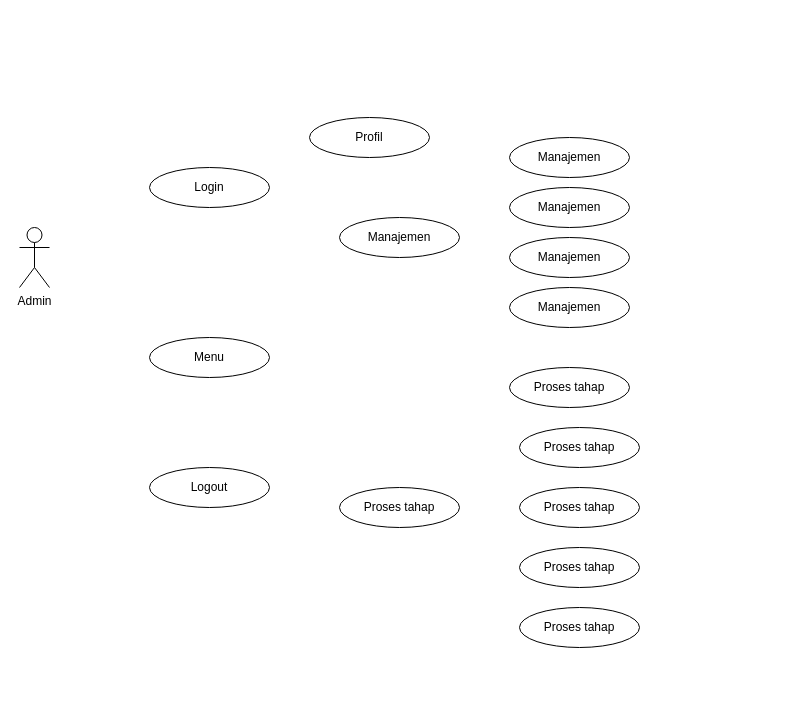
Earlier version of the draw.io diagram sistem yang diusulkan alumni admin.drawio (ratihpn99/tokoonline). Source tidied: cells renumbered, new cells numbered last; positions are measured from the earlier drawing's top-left corner, leaving out a move shared by most shapes. Both pictures are drawn from the tidied source at 100%, with x=0, y=0 at pixel (19, 117).
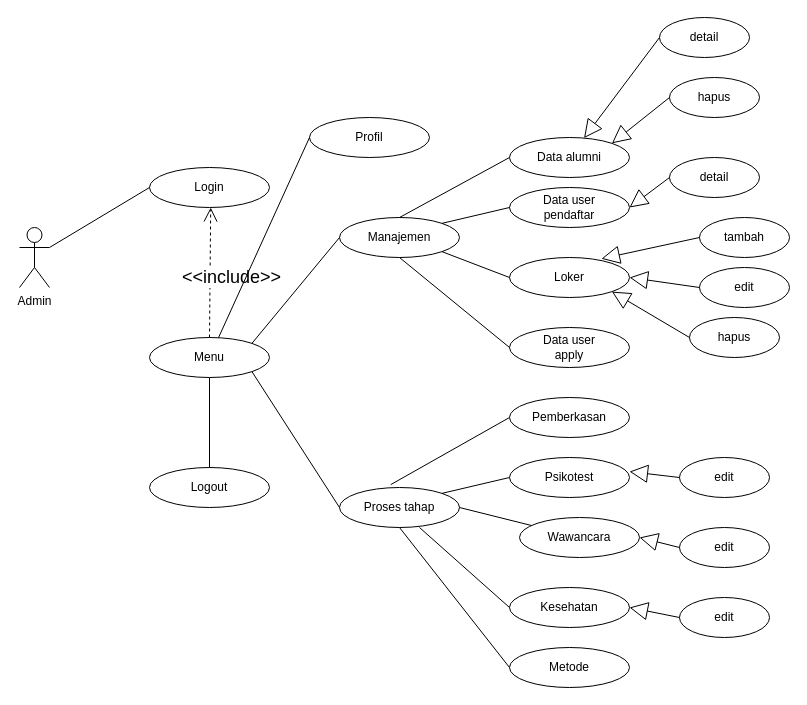
The same diagram, later.

The change refers to these unchanged cells:
```xml
<mxCell id="2" value="Admin" style="shape=umlActor;verticalLabelPosition=bottom;verticalAlign=top;html=1;outlineConnect=0;" parent="1" vertex="1">
  <mxGeometry y="110" width="30" height="60" as="geometry" />
</mxCell>
<mxCell id="3" value="Login" style="ellipse;whiteSpace=wrap;html=1;" parent="1" vertex="1">
  <mxGeometry x="130" y="50" width="120" height="40" as="geometry" />
</mxCell>
<mxCell id="4" value="Menu" style="ellipse;whiteSpace=wrap;html=1;" parent="1" vertex="1">
  <mxGeometry x="130" y="220" width="120" height="40" as="geometry" />
</mxCell>
<mxCell id="5" value="Logout" style="ellipse;whiteSpace=wrap;html=1;" parent="1" vertex="1">
  <mxGeometry x="130" y="350" width="120" height="40" as="geometry" />
</mxCell>
<mxCell id="6" value="Manajemen" style="ellipse;whiteSpace=wrap;html=1;" parent="1" vertex="1">
  <mxGeometry x="320" y="100" width="120" height="40" as="geometry" />
</mxCell>
<mxCell id="7" value="Proses tahap" style="ellipse;whiteSpace=wrap;html=1;" parent="1" vertex="1">
  <mxGeometry x="320" y="370" width="120" height="40" as="geometry" />
</mxCell>
<mxCell id="8" value="Profil" style="ellipse;whiteSpace=wrap;html=1;" parent="1" vertex="1">
  <mxGeometry x="290" width="120" height="40" as="geometry" />
</mxCell>
```

What changed in the source:
```diff
@@
-    <mxCell id="9" value="Manajemen" style="ellipse;whiteSpace=wrap;html=1;" parent="1" vertex="1">
+    <mxCell id="9" value="Data alumni" style="ellipse;whiteSpace=wrap;html=1;" parent="1" vertex="1">
       <mxGeometry x="490" y="20" width="120" height="40" as="geometry" />
     </mxCell>
-    <mxCell id="10" value="Manajemen" style="ellipse;whiteSpace=wrap;html=1;" parent="1" vertex="1">
+    <mxCell id="10" value="Data user&lt;br&gt;pendaftar" style="ellipse;whiteSpace=wrap;html=1;" parent="1" vertex="1">
       <mxGeometry x="490" y="70" width="120" height="40" as="geometry" />
     </mxCell>
-    <mxCell id="11" value="Manajemen" style="ellipse;whiteSpace=wrap;html=1;" parent="1" vertex="1">
-      <mxGeometry x="490" y="120" width="120" height="40" as="geometry" />
+    <mxCell id="11" value="Loker" style="ellipse;whiteSpace=wrap;html=1;" parent="1" vertex="1">
+      <mxGeometry x="490" y="140" width="120" height="40" as="geometry" />
     </mxCell>
-    <mxCell id="12" value="Manajemen" style="ellipse;whiteSpace=wrap;html=1;" parent="1" vertex="1">
-      <mxGeometry x="490" y="170" width="120" height="40" as="geometry" />
+    <mxCell id="12" value="Data user&lt;br&gt;apply" style="ellipse;whiteSpace=wrap;html=1;" parent="1" vertex="1">
+      <mxGeometry x="490" y="210" width="120" height="40" as="geometry" />
     </mxCell>
-    <mxCell id="13" value="Proses tahap" style="ellipse;whiteSpace=wrap;html=1;" parent="1" vertex="1">
-      <mxGeometry x="490" y="250" width="120" height="40" as="geometry" />
+    <mxCell id="13" value="Pemberkasan" style="ellipse;whiteSpace=wrap;html=1;" parent="1" vertex="1">
+      <mxGeometry x="490" y="280" width="120" height="40" as="geometry" />
     </mxCell>
-    <mxCell id="14" value="Proses tahap" style="ellipse;whiteSpace=wrap;html=1;" parent="1" vertex="1">
-      <mxGeometry x="500" y="310" width="120" height="40" as="geometry" />
+    <mxCell id="14" value="Psikotest" style="ellipse;whiteSpace=wrap;html=1;" parent="1" vertex="1">
+      <mxGeometry x="490" y="340" width="120" height="40" as="geometry" />
     </mxCell>
-    <mxCell id="15" value="Proses tahap" style="ellipse;whiteSpace=wrap;html=1;" parent="1" vertex="1">
-      <mxGeometry x="500" y="370" width="120" height="40" as="geometry" />
+    <mxCell id="15" value="Wawancara" style="ellipse;whiteSpace=wrap;html=1;" parent="1" vertex="1">
+      <mxGeometry x="500" y="400" width="120" height="40" as="geometry" />
     </mxCell>
-    <mxCell id="16" value="Proses tahap" style="ellipse;whiteSpace=wrap;html=1;" parent="1" vertex="1">
-      <mxGeometry x="500" y="430" width="120" height="40" as="geometry" />
+    <mxCell id="16" value="Kesehatan" style="ellipse;whiteSpace=wrap;html=1;" parent="1" vertex="1">
+      <mxGeometry x="490" y="470" width="120" height="40" as="geometry" />
     </mxCell>
-    <mxCell id="17" value="Proses tahap" style="ellipse;whiteSpace=wrap;html=1;" parent="1" vertex="1">
-      <mxGeometry x="500" y="490" width="120" height="40" as="geometry" />
+    <mxCell id="17" value="Metode" style="ellipse;whiteSpace=wrap;html=1;" parent="1" vertex="1">
+      <mxGeometry x="490" y="530" width="120" height="40" as="geometry" />
     </mxCell>
+    <mxCell id="18" style="endArrow=none;html=1;rounded=0;exitX=1;exitY=0.3333333333333333;exitDx=0;exitDy=0;exitPerimeter=0;entryX=0;entryY=0.5;entryDx=0;entryDy=0;" parent="1" edge="1" source="2" target="3">
+      <mxGeometry relative="1" as="geometry" />
+    </mxCell>
+    <mxCell id="19" style="endArrow=none;html=1;rounded=0;exitX=0.5;exitY=0;exitDx=0;exitDy=0;entryX=0.5;entryY=1;entryDx=0;entryDy=0;" parent="1" edge="1" source="5" target="4">
+      <mxGeometry relative="1" as="geometry" />
+    </mxCell>
+    <mxCell id="20" value="&amp;lt;&amp;lt;include&amp;gt;&amp;gt;" style="endArrow=open;endSize=12;dashed=1;html=1;rounded=0;fontSize=18;entryX=0.5;entryY=1;entryDx=0;entryDy=0;exitX=0.5;exitY=0;exitDx=0;exitDy=0;" parent="1" edge="1" source="4">
+      <mxGeometry x="-0.08" y="-21" relative="1" as="geometry">
+        <mxPoint x="191.2" y="90" as="targetPoint" />
+      </mxGeometry>
+    </mxCell>
+    <mxCell id="21" style="endArrow=none;html=1;rounded=0;entryX=0;entryY=0.5;entryDx=0;entryDy=0;" parent="1" edge="1" source="4" target="8">
+      <mxGeometry relative="1" as="geometry" />
+    </mxCell>
+    <mxCell id="22" style="endArrow=none;html=1;rounded=0;entryX=0;entryY=0.5;entryDx=0;entryDy=0;exitX=1;exitY=0;exitDx=0;exitDy=0;" parent="1" edge="1" source="4" target="6">
+      <mxGeometry relative="1" as="geometry" />
+    </mxCell>
+    <mxCell id="23" style="endArrow=none;html=1;rounded=0;exitX=1;exitY=1;exitDx=0;exitDy=0;entryX=0;entryY=0.5;entryDx=0;entryDy=0;" parent="1" edge="1" source="4" target="7">
+      <mxGeometry relative="1" as="geometry" />
+    </mxCell>
+    <mxCell id="24" style="endArrow=none;html=1;rounded=0;exitX=0.5;exitY=0;exitDx=0;exitDy=0;entryX=0;entryY=0.5;entryDx=0;entryDy=0;" parent="1" edge="1" source="6" target="9">
+      <mxGeometry relative="1" as="geometry" />
+    </mxCell>
+    <mxCell id="25" style="endArrow=none;html=1;rounded=0;entryX=0;entryY=0.5;entryDx=0;entryDy=0;exitX=1;exitY=0;exitDx=0;exitDy=0;" parent="1" edge="1" source="6" target="10">
+      <mxGeometry relative="1" as="geometry" />
+    </mxCell>
+    <mxCell id="26" style="endArrow=none;html=1;rounded=0;entryX=0;entryY=0.5;entryDx=0;entryDy=0;exitX=1;exitY=1;exitDx=0;exitDy=0;" parent="1" edge="1" source="6" target="11">
+      <mxGeometry relative="1" as="geometry" />
+    </mxCell>
+    <mxCell id="27" style="endArrow=none;html=1;rounded=0;entryX=0;entryY=0.5;entryDx=0;entryDy=0;exitX=0.5;exitY=1;exitDx=0;exitDy=0;" parent="1" edge="1" source="6" target="12">
+      <mxGeometry relative="1" as="geometry" />
+    </mxCell>
+    <mxCell id="28" style="endArrow=none;html=1;rounded=0;entryX=0;entryY=0.5;entryDx=0;entryDy=0;exitX=0.427;exitY=-0.072;exitDx=0;exitDy=0;exitPerimeter=0;" parent="1" edge="1" source="7" target="13">
+      <mxGeometry relative="1" as="geometry" />
+    </mxCell>
+    <mxCell id="29" style="endArrow=none;html=1;rounded=0;entryX=0;entryY=0.5;entryDx=0;entryDy=0;exitX=1;exitY=0;exitDx=0;exitDy=0;" parent="1" edge="1" source="7" target="14">
+      <mxGeometry relative="1" as="geometry" />
+    </mxCell>
+    <mxCell id="30" style="endArrow=none;html=1;rounded=0;exitX=1;exitY=0.5;exitDx=0;exitDy=0;" parent="1" edge="1" source="7" target="15">
+      <mxGeometry relative="1" as="geometry" />
+    </mxCell>
+    <mxCell id="31" style="endArrow=none;html=1;rounded=0;entryX=0;entryY=0.5;entryDx=0;entryDy=0;" parent="1" edge="1" target="16">
+      <mxGeometry relative="1" as="geometry">
+        <mxPoint x="400" y="410" as="sourcePoint" />
+      </mxGeometry>
+    </mxCell>
+    <mxCell id="32" style="endArrow=none;html=1;rounded=0;exitX=0.5;exitY=1;exitDx=0;exitDy=0;entryX=0;entryY=0.5;entryDx=0;entryDy=0;" parent="1" edge="1" source="7" target="17">
+      <mxGeometry relative="1" as="geometry" />
+    </mxCell>
+    <mxCell id="33" value="detail" style="ellipse;whiteSpace=wrap;html=1;" parent="1" vertex="1">
+      <mxGeometry x="640" y="-100" width="90" height="40" as="geometry" />
+    </mxCell>
+    <mxCell id="34" value="hapus" style="ellipse;whiteSpace=wrap;html=1;" parent="1" vertex="1">
+      <mxGeometry x="650" y="-40" width="90" height="40" as="geometry" />
+    </mxCell>
+    <mxCell id="35" style="endArrow=block;endSize=16;endFill=0;html=1;rounded=0;fontSize=18;exitX=0;exitY=0.5;exitDx=0;exitDy=0;" parent="1" edge="1" source="33" target="9">
+      <mxGeometry relative="1" as="geometry" />
+    </mxCell>
+    <mxCell id="36" style="endArrow=block;endSize=16;endFill=0;html=1;rounded=0;fontSize=18;entryX=1;entryY=0;entryDx=0;entryDy=0;exitX=0;exitY=0.5;exitDx=0;exitDy=0;" parent="1" edge="1" source="34" target="9">
+      <mxGeometry relative="1" as="geometry" />
+    </mxCell>
+    <mxCell id="37" value="detail" style="ellipse;whiteSpace=wrap;html=1;" parent="1" vertex="1">
+      <mxGeometry x="650" y="40" width="90" height="40" as="geometry" />
+    </mxCell>
+    <mxCell id="38" style="endArrow=block;endSize=16;endFill=0;html=1;rounded=0;fontSize=18;entryX=1;entryY=0.5;entryDx=0;entryDy=0;exitX=0;exitY=0.5;exitDx=0;exitDy=0;" parent="1" edge="1" source="37">
+      <mxGeometry relative="1" as="geometry">
+        <mxPoint x="610" y="90" as="targetPoint" />
+      </mxGeometry>
+    </mxCell>
+    <mxCell id="39" value="tambah" style="ellipse;whiteSpace=wrap;html=1;" parent="1" vertex="1">
+      <mxGeometry x="680" y="100" width="90" height="40" as="geometry" />
+    </mxCell>
+    <mxCell id="40" value="edit" style="ellipse;whiteSpace=wrap;html=1;" parent="1" vertex="1">
+      <mxGeometry x="680" y="150" width="90" height="40" as="geometry" />
+    </mxCell>
+    <mxCell id="41" value="hapus" style="ellipse;whiteSpace=wrap;html=1;" parent="1" vertex="1">
+      <mxGeometry x="670" y="200" width="90" height="40" as="geometry" />
+    </mxCell>
+    <mxCell id="42" style="endArrow=block;endSize=16;endFill=0;html=1;rounded=0;fontSize=18;entryX=0.766;entryY=0.031;entryDx=0;entryDy=0;exitX=0;exitY=0.5;exitDx=0;exitDy=0;entryPerimeter=0;" parent="1" edge="1" source="39" target="11">
+      <mxGeometry relative="1" as="geometry" />
+    </mxCell>
+    <mxCell id="43" style="endArrow=block;endSize=16;endFill=0;html=1;rounded=0;fontSize=18;exitX=0;exitY=0.5;exitDx=0;exitDy=0;" parent="1" edge="1" source="40">
+      <mxGeometry relative="1" as="geometry">
+        <mxPoint x="610" y="160" as="targetPoint" />
+      </mxGeometry>
+    </mxCell>
+    <mxCell id="44" style="endArrow=block;endSize=16;endFill=0;html=1;rounded=0;fontSize=18;exitX=0;exitY=0.5;exitDx=0;exitDy=0;entryX=1;entryY=1;entryDx=0;entryDy=0;" parent="1" edge="1" source="41" target="11">
+      <mxGeometry relative="1" as="geometry" />
+    </mxCell>
+    <mxCell id="45" value="edit" style="ellipse;whiteSpace=wrap;html=1;" parent="1" vertex="1">
+      <mxGeometry x="660" y="340" width="90" height="40" as="geometry" />
+    </mxCell>
+    <mxCell id="46" value="edit" style="ellipse;whiteSpace=wrap;html=1;" parent="1" vertex="1">
+      <mxGeometry x="660" y="410" width="90" height="40" as="geometry" />
+    </mxCell>
+    <mxCell id="47" value="edit" style="ellipse;whiteSpace=wrap;html=1;" parent="1" vertex="1">
+      <mxGeometry x="660" y="480" width="90" height="40" as="geometry" />
+    </mxCell>
+    <mxCell id="48" style="endArrow=block;endSize=16;endFill=0;html=1;rounded=0;fontSize=18;exitX=0;exitY=0.5;exitDx=0;exitDy=0;entryX=1;entryY=1;entryDx=0;entryDy=0;" parent="1" edge="1" source="45">
+      <mxGeometry relative="1" as="geometry">
+        <mxPoint x="610" y="354.1" as="targetPoint" />
+      </mxGeometry>
+    </mxCell>
+    <mxCell id="49" style="endArrow=block;endSize=16;endFill=0;html=1;rounded=0;fontSize=18;exitX=0;exitY=0.5;exitDx=0;exitDy=0;entryX=1;entryY=0.5;entryDx=0;entryDy=0;" parent="1" edge="1" source="46" target="15">
+      <mxGeometry relative="1" as="geometry" />
+    </mxCell>
+    <mxCell id="50" style="endArrow=block;endSize=16;endFill=0;html=1;rounded=0;fontSize=18;exitX=0;exitY=0.5;exitDx=0;exitDy=0;entryX=1;entryY=0.5;entryDx=0;entryDy=0;" parent="1" edge="1" source="47" target="16">
+      <mxGeometry relative="1" as="geometry" />
+    </mxCell>
```
